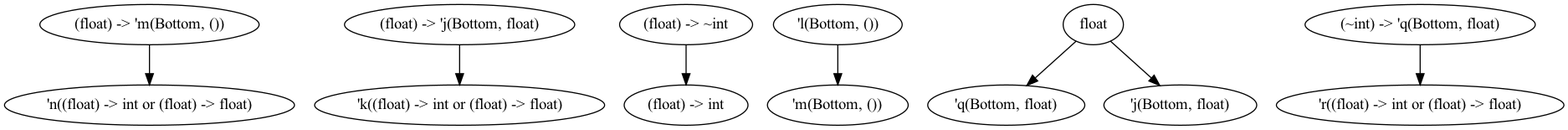
Above: dots/2.dot.png in chocobo333/regino (Graphviz), before the change. Its source is kept beside it as dots/2.dot. The source it was exported from:
```dot
digraph order {
  node [
    ];
  node [
    ];
  "(float) -> 'm(Bottom, ())"
  "(float) -> 'j(Bottom, float)"
  "(float) -> ~int"
  "'k((float) -> int or (float) -> float)"
  "'n((float) -> int or (float) -> float)"
  "'m(Bottom, ())"
  "'q(Bottom, float)"
  "'j(Bottom, float)"
  "'l(Bottom, ())"
  "'r((float) -> int or (float) -> float)"
  "float"
  "(float) -> int"
  "(~int) -> 'q(Bottom, float)"
  "(float) -> 'j(Bottom, float)" -> "'k((float) -> int or (float) -> float)"
  "(float) -> ~int" -> "(float) -> int"
  "float" -> "'q(Bottom, float)"
  "float" -> "'j(Bottom, float)"
  "'l(Bottom, ())" -> "'m(Bottom, ())"
  "(~int) -> 'q(Bottom, float)" -> "'r((float) -> int or (float) -> float)"
  "(float) -> 'm(Bottom, ())" -> "'n((float) -> int or (float) -> float)"
}
```
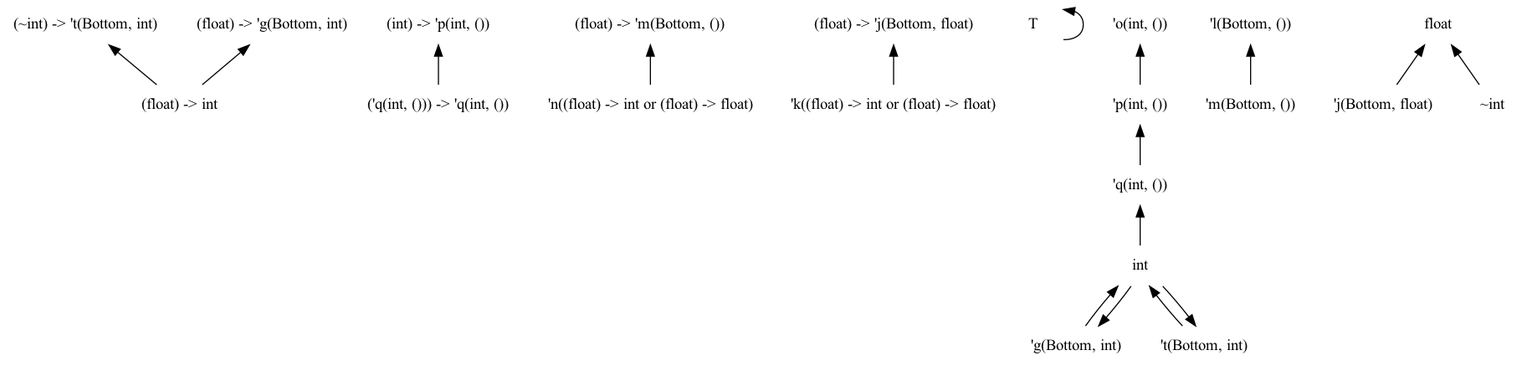
Above is the later version.

The edit, as a diff of the source:
```diff
@@ -1,26 +1,48 @@
 digraph order {
-  node [
+  graph [
+    size = "30,10"
     ];
   node [
+    shape = none
     ];
+  edge [
+    dir = back
+    ];
+  "(~int) -> 't(Bottom, int)"
+  "(int) -> 'p(int, ())"
   "(float) -> 'm(Bottom, ())"
   "(float) -> 'j(Bottom, float)"
-  "(float) -> ~int"
+  "(float) -> 'g(Bottom, int)"
+  "T"
   "'k((float) -> int or (float) -> float)"
   "'n((float) -> int or (float) -> float)"
+  "'p(int, ())"
+  "'q(int, ())"
   "'m(Bottom, ())"
-  "'q(Bottom, float)"
   "'j(Bottom, float)"
+  "'g(Bottom, int)"
+  "'t(Bottom, int)"
+  "'o(int, ())"
   "'l(Bottom, ())"
-  "'r((float) -> int or (float) -> float)"
   "float"
+  "int"
+  "~int"
+  "('q(int, ())) -> 'q(int, ())"
   "(float) -> int"
-  "(~int) -> 'q(Bottom, float)"
   "(float) -> 'j(Bottom, float)" -> "'k((float) -> int or (float) -> float)"
-  "(float) -> ~int" -> "(float) -> int"
-  "float" -> "'q(Bottom, float)"
+  "(float) -> 'g(Bottom, int)" -> "(float) -> int"
+  "(~int) -> 't(Bottom, int)" -> "(float) -> int"
+  "T" -> "T"
   "float" -> "'j(Bottom, float)"
+  "float" -> "~int"
+  "'o(int, ())" -> "'p(int, ())"
+  "int" -> "'g(Bottom, int)"
+  "int" -> "'t(Bottom, int)"
+  "'q(int, ())" -> "int"
+  "'p(int, ())" -> "'q(int, ())"
   "'l(Bottom, ())" -> "'m(Bottom, ())"
-  "(~int) -> 'q(Bottom, float)" -> "'r((float) -> int or (float) -> float)"
+  "'t(Bottom, int)" -> "int"
+  "'g(Bottom, int)" -> "int"
+  "(int) -> 'p(int, ())" -> "('q(int, ())) -> 'q(int, ())"
   "(float) -> 'm(Bottom, ())" -> "'n((float) -> int or (float) -> float)"
 }
```
